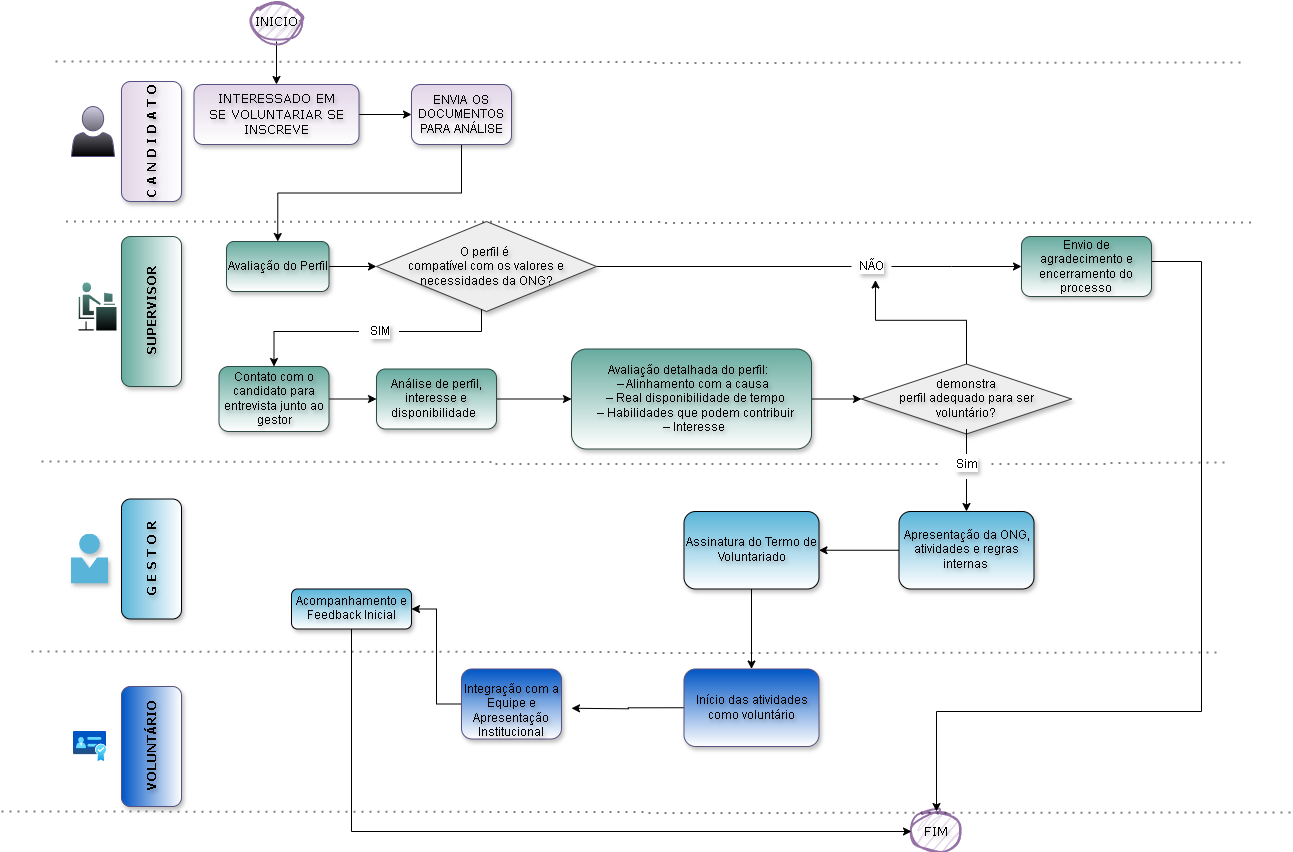
Earlier version of the draw.io export FluxogramaDeProcesso.drawio.png (thiffanymorais/BancoDeDados). Source tidied: cells renumbered, new cells last; positions are measured from the earlier drawing's top-left corner, leaving out a move shared by most shapes.
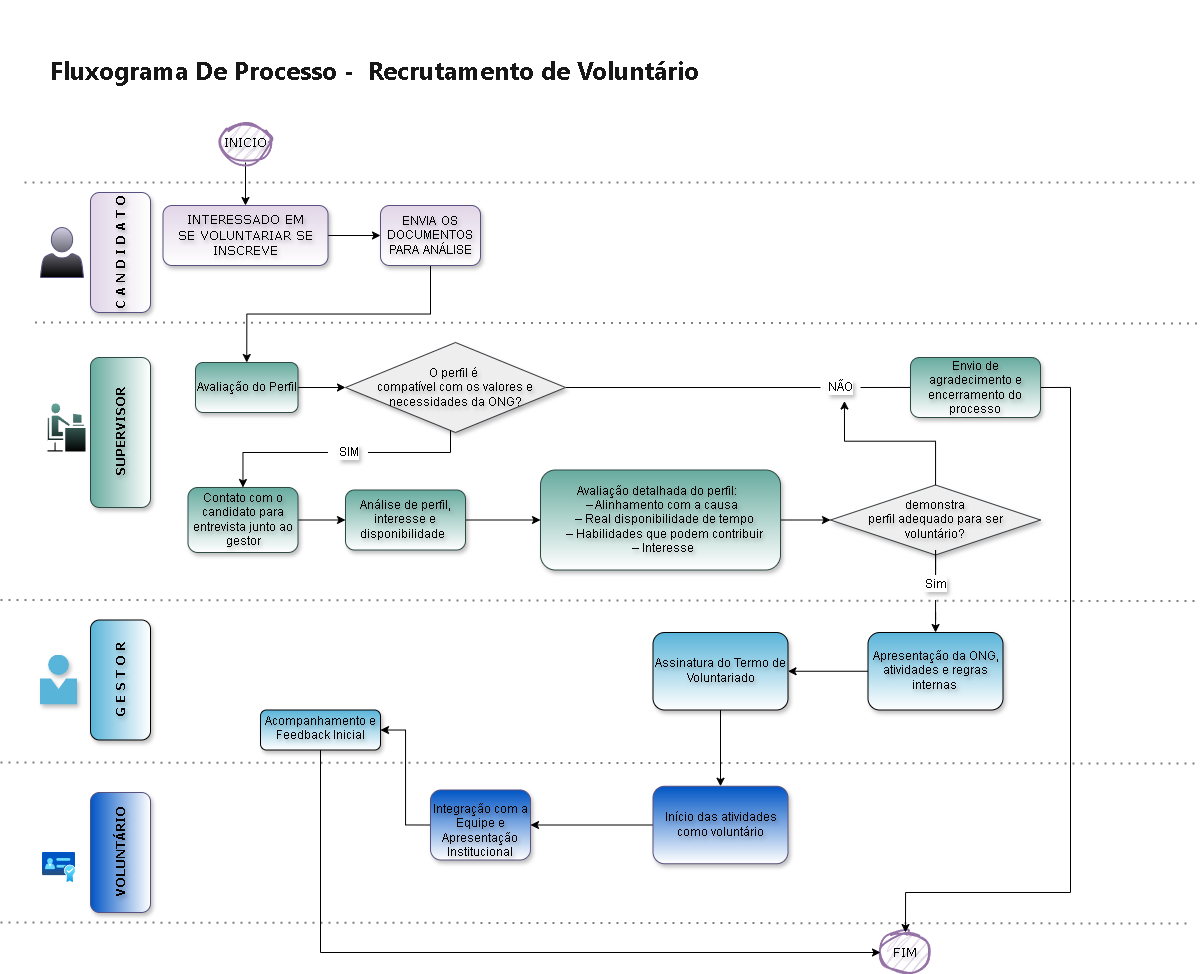
The same file after the commit.

What changed in the source:
```diff
@@ -15,7 +15,7 @@
       <mxGeometry x="410" y="83" width="100" height="60" as="geometry" />
     </mxCell>
     <mxCell id="6" value="&lt;b&gt;C A N D I D A T O&lt;/b&gt;" style="rounded=1;fontFamily=Verdana;fontSize=12;labelBackgroundColor=none;rotation=-90;strokeColor=#56517e;shadow=1;fillColor=light-dark(#e1d5e7, #3b394a);fontColor=default;labelBorderColor=none;textShadow=1;gradientColor=#FFFFFF;spacingLeft=0;spacingBottom=1;spacingRight=0;whiteSpace=wrap;html=1;spacing=0;" parent="1" vertex="1">
-      <mxGeometry x="90" y="110" width="120" height="60" as="geometry" />
+      <mxGeometry x="90" y="100" width="120" height="60" as="geometry" />
     </mxCell>
     <mxCell id="7" value="&lt;b&gt;SUPERVISOR&lt;/b&gt;" style="rounded=1;fontFamily=Verdana;fontSize=12;labelBackgroundColor=none;rotation=-90;strokeColor=light-dark(#2c4944, #a4a0c6);shadow=1;fillColor=light-dark(#67AB9F,#3B394A);fontColor=default;labelBorderColor=none;textShadow=1;gradientColor=#FFFFFF;spacingLeft=0;spacingBottom=1;spacingRight=0;whiteSpace=wrap;html=1;spacing=0;" parent="1" vertex="1">
       <mxGeometry x="75" y="280" width="150" height="60" as="geometry" />
@@ -47,7 +47,7 @@
     <mxCell id="16" value="FIM" style="strokeWidth=2;shape=mxgraph.flowchart.start_1;fillColor=#e1d5e7;strokeColor=#9673a6;sketch=1;curveFitting=1;jiggle=2;align=center;fontFamily=Verdana;spacingLeft=0;spacingBottom=1;spacingRight=0;whiteSpace=wrap;textShadow=1;labelBorderColor=none;html=1;spacing=0;fontSize=13;labelBackgroundColor=none;" parent="1" vertex="1">
       <mxGeometry x="910" y="810" width="50" height="40" as="geometry" />
     </mxCell>
-    <mxCell id="17" style="edgeStyle=orthogonalEdgeStyle;rounded=0;jettySize=auto;html=1;entryX=1;entryY=0.5;entryDx=0;entryDy=0;fontSize=12;labelBorderColor=none;textShadow=1;fontFamily=Helvetica;labelBackgroundColor=none;" parent="1" edge="1" source="18" target="19">
+    <mxCell id="17" style="edgeStyle=orthogonalEdgeStyle;rounded=0;jettySize=auto;html=1;exitX=0;exitY=0.5;exitDx=0;exitDy=0;entryX=1;entryY=0.5;entryDx=0;entryDy=0;" parent="1" edge="1" source="18" target="19">
       <mxGeometry relative="1" as="geometry" />
     </mxCell>
     <mxCell id="18" value="Integração com a Equipe e Apresentação Institucional" style="align=center;fillColor=light-dark(#0055c5, #3b394a);strokeColor=#56517e;shadow=1;labelBackgroundColor=none;labelBorderColor=none;textShadow=1;spacingTop=13;fontFamily=Helvetica;spacingLeft=0;spacingBottom=1;spacingRight=0;whiteSpace=wrap;html=1;spacing=0;rounded=1;verticalAlign=middle;fontSize=12;fontColor=default;gradientColor=#FFFFFF;" parent="1" vertex="1">
@@ -58,25 +58,20 @@
     </mxCell>
     <mxCell id="20" style="endArrow=none;dashed=1;dashPattern=1 3;strokeWidth=2;rounded=0;strokeColor=#000000;align=center;verticalAlign=middle;fontFamily=Verdana;fontSize=12;fontColor=default;labelBorderColor=none;labelBackgroundColor=none;edgeStyle=orthogonalEdgeStyle;fillColor=#e1d5e7;fontStyle=1;spacingLeft=0;spacingBottom=1;spacingRight=0;textShadow=1;html=1;spacing=0;opacity=50;" parent="1" edge="1">
       <mxGeometry relative="1" as="geometry">
-        <mxPoint x="64.5" y="220" as="sourcePoint" />
-        <mxPoint x="1250" y="221" as="targetPoint" />
+        <mxPoint x="64.5" y="200" as="sourcePoint" />
+        <mxPoint x="1230" y="201" as="targetPoint" />
       </mxGeometry>
     </mxCell>
-    <mxCell id="21" style="endArrow=none;dashed=1;dashPattern=1 3;strokeWidth=2;rounded=0;strokeColor=#000000;align=center;verticalAlign=middle;fontFamily=Verdana;fontSize=12;fontColor=default;labelBorderColor=none;labelBackgroundColor=none;edgeStyle=orthogonalEdgeStyle;fillColor=#e1d5e7;spacingLeft=0;spacingBottom=1;spacingRight=0;textShadow=1;html=1;spacing=0;opacity=50;" parent="1" edge="1" source="53">
-      <mxGeometry relative="1" as="geometry">
-        <mxPoint x="1225.5" y="461" as="targetPoint" />
-      </mxGeometry>
-    </mxCell>
     <mxCell id="22" style="endArrow=none;dashed=1;dashPattern=1 3;strokeWidth=2;rounded=0;strokeColor=#000000;align=center;verticalAlign=middle;fontFamily=Verdana;fontSize=12;fontColor=default;labelBorderColor=none;labelBackgroundColor=none;edgeStyle=orthogonalEdgeStyle;fillColor=#e1d5e7;fontStyle=1;textShadow=1;html=1;spacingLeft=0;spacing=0;spacingRight=0;opacity=50;" parent="1" edge="1">
       <mxGeometry relative="1" as="geometry">
-        <mxPoint x="30" y="650" as="sourcePoint" />
-        <mxPoint x="1215.5" y="651" as="targetPoint" />
+        <mxPoint x="30" y="640" as="sourcePoint" />
+        <mxPoint x="1230" y="641" as="targetPoint" />
       </mxGeometry>
     </mxCell>
     <mxCell id="23" style="endArrow=none;dashed=1;dashPattern=1 3;strokeWidth=2;rounded=0;strokeColor=#000000;align=center;verticalAlign=middle;fontFamily=Verdana;fontSize=12;fontColor=default;labelBorderColor=none;labelBackgroundColor=none;edgeStyle=orthogonalEdgeStyle;fillColor=#e1d5e7;fontStyle=1;spacingLeft=0;spacingBottom=1;spacingRight=0;textShadow=1;html=1;spacing=0;opacity=50;" parent="1" edge="1">
       <mxGeometry relative="1" as="geometry">
         <mxPoint x="54" y="60" as="sourcePoint" />
-        <mxPoint x="1239.5" y="61" as="targetPoint" />
+        <mxPoint x="1230" y="60" as="targetPoint" />
       </mxGeometry>
     </mxCell>
     <mxCell id="24" style="edgeStyle=orthogonalEdgeStyle;rounded=0;jettySize=auto;fontFamily=Helvetica;spacingLeft=0;spacingBottom=1;spacingRight=0;textShadow=1;labelBorderColor=none;html=1;spacing=0;fontSize=12;labelBackgroundColor=none;" parent="1" edge="1" source="25" target="5">
@@ -94,9 +89,9 @@
     <mxCell id="28" style="edgeStyle=orthogonalEdgeStyle;rounded=0;jettySize=auto;exitX=1;exitY=0.5;exitDx=0;exitDy=0;entryX=0.5;entryY=0;entryDx=0;entryDy=0;entryPerimeter=0;fontFamily=Helvetica;spacingLeft=0;spacingBottom=1;spacingRight=0;textShadow=1;labelBorderColor=none;html=1;spacing=0;fillColor=light-dark(#ffffff, #3b394a);fontSize=12;labelBackgroundColor=none;" parent="1" edge="1" source="31" target="16">
       <mxGeometry relative="1" as="geometry">
         <Array as="points">
-          <mxPoint x="1150" y="260" />
-          <mxPoint x="1200" y="260" />
-          <mxPoint x="1200" y="710" />
+          <mxPoint x="1100" y="265" />
+          <mxPoint x="1100" y="770" />
+          <mxPoint x="935" y="770" />
         </Array>
       </mxGeometry>
     </mxCell>
@@ -111,7 +106,7 @@
       </mxGeometry>
     </mxCell>
     <mxCell id="31" value="Envio de agradecimento e encerramento do processo" style="align=center;fillColor=light-dark(#67AB9F,#3B394A);strokeColor=light-dark(#2c4944, #a4a0c6);shadow=1;fontFamily=Helvetica;spacingLeft=0;spacingBottom=1;spacingRight=0;whiteSpace=wrap;textShadow=1;labelBorderColor=none;html=1;spacing=0;rounded=1;verticalAlign=middle;fontSize=12;fontColor=default;labelBackgroundColor=none;gradientColor=#FFFFFF;" parent="1" vertex="1">
-      <mxGeometry x="1020" y="235" width="130" height="60" as="geometry" />
+      <mxGeometry x="940" y="235" width="130" height="60" as="geometry" />
     </mxCell>
     <mxCell id="32" style="edgeStyle=orthogonalEdgeStyle;rounded=0;jettySize=auto;fontFamily=Helvetica;spacingLeft=0;spacingBottom=1;spacingRight=0;textShadow=1;labelBorderColor=none;html=1;spacing=0;fontSize=12;labelBackgroundColor=none;" parent="1" edge="1" source="33" target="37">
       <mxGeometry relative="1" as="geometry" />
@@ -160,19 +155,17 @@
     <mxCell id="45" style="edgeStyle=orthogonalEdgeStyle;rounded=0;jettySize=auto;html=1;endArrow=none;startFill=0;fontSize=12;labelBorderColor=none;textShadow=1;fontFamily=Helvetica;labelBackgroundColor=none;" parent="1" edge="1" source="41" target="53">
       <mxGeometry relative="1" as="geometry" />
     </mxCell>
-    <mxCell id="46" style="edgeStyle=orthogonalEdgeStyle;rounded=0;jettySize=auto;html=1;exitX=0;exitY=0.5;exitDx=0;exitDy=0;fontSize=12;labelBorderColor=none;textShadow=1;fontFamily=Helvetica;labelBackgroundColor=none;" parent="1" edge="1" source="47">
-      <mxGeometry relative="1" as="geometry">
-        <mxPoint x="570" y="706.8" as="targetPoint" />
-      </mxGeometry>
-    </mxCell>
+    <mxCell id="55" style="edgeStyle=orthogonalEdgeStyle;rounded=0;jettySize=auto;html=1;exitX=0;exitY=0.5;exitDx=0;exitDy=0;entryX=1;entryY=0.5;entryDx=0;entryDy=0;" parent="1" edge="1" source="47" target="18">
+      <mxGeometry relative="1" as="geometry" />
+    </mxCell>
     <mxCell id="47" value="Início das atividades como voluntário" style="whiteSpace=wrap;html=1;fontSize=12;fontFamily=Helvetica;fillColor=light-dark(#0055c5, #3b394a);strokeColor=#56517e;labelBackgroundColor=none;fillStyle=auto;rounded=1;shadow=1;spacingLeft=0;spacingBottom=1;spacingRight=0;labelBorderColor=none;spacing=0;align=center;verticalAlign=middle;fontColor=default;gradientColor=#FFFFFF;textShadow=1;" parent="1" vertex="1">
-      <mxGeometry x="682.5" y="667.5" width="135" height="77.5" as="geometry" />
+      <mxGeometry x="682.5" y="663.8" width="135" height="77.5" as="geometry" />
     </mxCell>
     <mxCell id="48" style="edgeStyle=orthogonalEdgeStyle;rounded=0;jettySize=auto;html=1;exitX=0.5;exitY=1;exitDx=0;exitDy=0;entryX=0;entryY=0.5;entryDx=0;entryDy=0;entryPerimeter=0;fontSize=13;labelBorderColor=none;textShadow=1;fontFamily=Verdana;labelBackgroundColor=none;" parent="1" edge="1" source="19" target="16">
       <mxGeometry relative="1" as="geometry" />
     </mxCell>
     <mxCell id="49" value="&lt;b&gt;VOLUNTÁRIO&lt;/b&gt;" style="rounded=1;fontFamily=Verdana;fontSize=12;labelBackgroundColor=none;rotation=-90;strokeColor=#56517e;shadow=1;fillColor=light-dark(#0055c5, #3b394a);fontColor=default;labelBorderColor=none;textShadow=1;gradientColor=#FFFFFF;spacingLeft=0;spacingBottom=1;spacingRight=0;whiteSpace=wrap;html=1;spacing=0;" parent="1" vertex="1">
-      <mxGeometry x="90" y="715" width="120" height="60" as="geometry" />
+      <mxGeometry x="90" y="700" width="120" height="60" as="geometry" />
     </mxCell>
     <mxCell id="50" style="edgeStyle=orthogonalEdgeStyle;rounded=0;jettySize=auto;html=1;" parent="1" edge="1" source="51" target="47">
       <mxGeometry relative="1" as="geometry" />
@@ -180,19 +173,23 @@
     <mxCell id="51" value="Assinatura do Termo de Voluntariado" style="whiteSpace=wrap;html=1;fontSize=12;fontFamily=Helvetica;fillColor=light-dark(#59b4d9, #3b394a);strokeColor=default;labelBackgroundColor=none;fillStyle=auto;rounded=1;shadow=1;spacingLeft=0;spacingBottom=1;spacingRight=0;labelBorderColor=none;spacing=0;gradientColor=#FFFFFF;align=center;verticalAlign=middle;fontColor=default;textShadow=1;" parent="1" vertex="1">
       <mxGeometry x="682.5" y="510" width="135" height="77.5" as="geometry" />
     </mxCell>
-    <mxCell id="52" style="endArrow=none;dashed=1;dashPattern=1 3;strokeWidth=2;rounded=0;strokeColor=#000000;align=center;verticalAlign=middle;fontFamily=Verdana;fontSize=12;fontColor=default;labelBorderColor=none;labelBackgroundColor=none;edgeStyle=orthogonalEdgeStyle;fillColor=#e1d5e7;spacingLeft=0;spacingBottom=1;spacingRight=0;textShadow=1;html=1;spacing=0;opacity=50;" parent="1" edge="1" target="53">
-      <mxGeometry relative="1" as="geometry">
-        <mxPoint x="40" y="460" as="sourcePoint" />
-      </mxGeometry>
-    </mxCell>
     <mxCell id="53" value="Sim" style="text;html=1;align=center;verticalAlign=middle;points=[];strokeColor=none;fillColor=none;fontSize=12;labelBorderColor=none;textShadow=1;fontFamily=Helvetica;labelBackgroundColor=default;" parent="1" vertex="1">
       <mxGeometry x="940" y="447.5" width="50" height="30" as="geometry" />
     </mxCell>
     <mxCell id="54" style="endArrow=none;dashed=1;dashPattern=1 3;strokeWidth=2;rounded=0;strokeColor=#000000;align=center;verticalAlign=middle;fontFamily=Verdana;fontSize=12;fontColor=default;labelBorderColor=none;labelBackgroundColor=none;edgeStyle=orthogonalEdgeStyle;fillColor=#e1d5e7;fontStyle=1;textShadow=1;html=1;spacingLeft=0;spacing=0;spacingRight=0;opacity=50;" parent="1" edge="1">
       <mxGeometry relative="1" as="geometry">
-        <mxPoint y="810" as="sourcePoint" />
-        <mxPoint x="1290" y="811" as="targetPoint" />
+        <mxPoint x="30" y="800" as="sourcePoint" />
+        <mxPoint x="1220" y="801" as="targetPoint" />
       </mxGeometry>
     </mxCell>
+    <mxCell id="56" style="endArrow=none;dashed=1;dashPattern=1 3;strokeWidth=2;rounded=0;strokeColor=#000000;align=center;verticalAlign=middle;fontFamily=Verdana;fontSize=12;fontColor=default;labelBorderColor=none;labelBackgroundColor=none;edgeStyle=orthogonalEdgeStyle;fillColor=#e1d5e7;fontStyle=1;textShadow=1;html=1;spacingLeft=0;spacing=0;spacingRight=0;opacity=50;" parent="1" edge="1">
+      <mxGeometry relative="1" as="geometry">
+        <mxPoint x="30" y="477.5" as="sourcePoint" />
+        <mxPoint x="1230" y="478.5" as="targetPoint" />
+      </mxGeometry>
+    </mxCell>
+    <mxCell id="57" value="&lt;h1&gt;&lt;span style=&quot;color: rgb(23, 23, 23); font-family: -apple-system, BlinkMacSystemFont, &amp;quot;Segoe UI&amp;quot;, &amp;quot;Noto Sans&amp;quot;, Helvetica, Arial, sans-serif, &amp;quot;Apple Color Emoji&amp;quot;, &amp;quot;Segoe UI Emoji&amp;quot;; text-wrap-mode: wrap;&quot;&gt;&lt;font style=&quot;font-size: 25px;&quot;&gt;Fluxograma De Processo -&amp;nbsp; Recrutamento de Voluntário&lt;/font&gt;&lt;/span&gt;&lt;/h1&gt;" style="text;strokeColor=none;fillColor=none;html=1;fontSize=24;fontStyle=1;verticalAlign=middle;align=left;whiteSpace=wrap;textShadow=0;labelBorderColor=none;labelBackgroundColor=none;" parent="1" vertex="1">
+      <mxGeometry x="77.5" y="-90" width="955" height="60" as="geometry" />
+    </mxCell>
   </root>
 </mxGraphModel>
```
